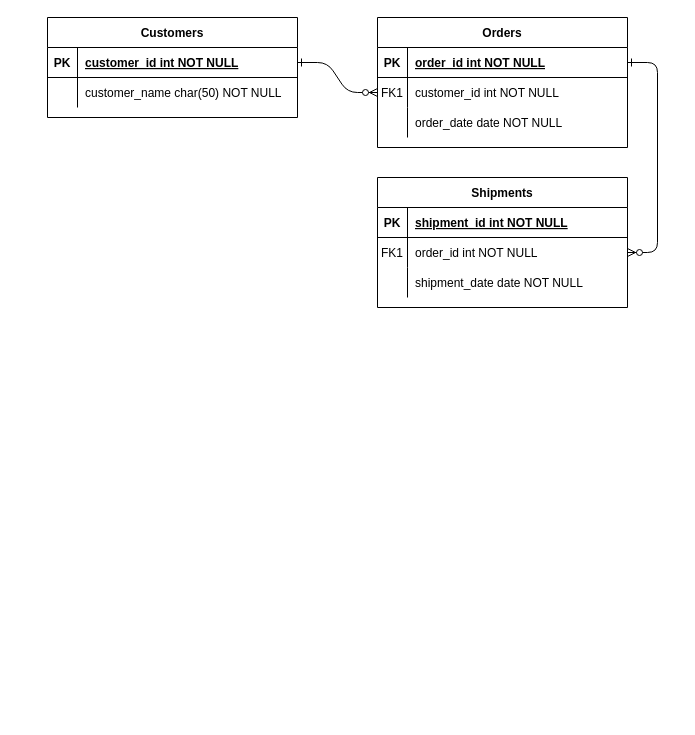
This is Database/ER Diagram.drawio from pemachozom/E-Pharmacy, a draw.io file, before an edit. Source tidied: cells renumbered, new cells numbered last; positions are measured from the earlier drawing's top-left corner, leaving out a move shared by most shapes. Both pictures are drawn from the tidied source at 100%, with x=0, y=0 at pixel (47, 17).
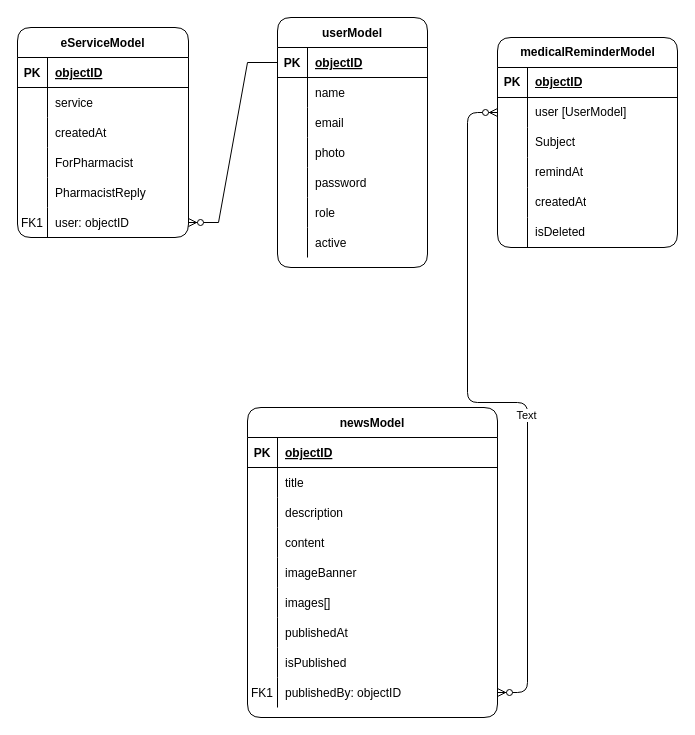
After the change.

The change refers to these unchanged cells:
```xml
<mxCell id="15" style="shape=partialRectangle;fillColor=none;top=0;left=0;right=0;bottom=1;" parent="14" vertex="1">
  <mxGeometry y="30" width="250" height="30" as="geometry" />
</mxCell>
<mxCell id="18" style="shape=partialRectangle;fillColor=none;points=[[0,0.5],[1,0.5]];portConstraint=eastwest;top=0;left=0;right=0;bottom=0;" parent="14" vertex="1">
  <mxGeometry y="60" width="250" height="30" as="geometry" />
</mxCell>
<mxCell id="21" style="shape=partialRectangle;fillColor=none;top=0;left=0;right=0;bottom=0;" parent="14" vertex="1">
  <mxGeometry y="90" width="250" height="30" as="geometry" />
</mxCell>
```

The edit, as a diff of the source:
```diff
@@
-    <mxCell id="2" style="edgeStyle=entityRelationEdgeStyle;endArrow=ERzeroToMany;startArrow=ERone;endFill=1;startFill=0;" parent="1" edge="1" source="25" target="8">
-      <mxGeometry relative="1" as="geometry" />
-    </mxCell>
-    <mxCell id="3" style="edgeStyle=entityRelationEdgeStyle;endArrow=ERzeroToMany;startArrow=ERone;endFill=1;startFill=0;" parent="1" edge="1" source="5" target="18">
-      <mxGeometry relative="1" as="geometry" />
-    </mxCell>
-    <mxCell id="4" value="Orders" style="shape=table;startSize=30;childLayout=tableLayout;rowLines=0;fontStyle=1;align=center;" parent="1" vertex="1">
-      <mxGeometry x="330" width="250" height="130" as="geometry" />
+    <mxCell id="4" value="userModel" style="shape=table;startSize=30;childLayout=tableLayout;rowLines=0;fontStyle=1;align=center;rounded=1;" parent="1" vertex="1">
+      <mxGeometry x="230" width="150" height="250" as="geometry" />
     </mxCell>
     <mxCell id="5" style="shape=partialRectangle;fillColor=none;points=[[0,0.5],[1,0.5]];portConstraint=eastwest;top=0;left=0;right=0;bottom=1;" parent="4" vertex="1">
-      <mxGeometry y="30" width="250" height="30" as="geometry" />
+      <mxGeometry y="30" width="150" height="30" as="geometry" />
     </mxCell>
@@
-    <mxCell id="7" value="order_id int NOT NULL " style="shape=partialRectangle;overflow=hidden;fillColor=none;top=0;left=0;bottom=0;right=0;align=left;spacingLeft=6;fontStyle=5;" parent="5" vertex="1">
-      <mxGeometry x="30" width="220" height="30" as="geometry" />
+    <mxCell id="7" value="objectID" style="shape=partialRectangle;overflow=hidden;fillColor=none;top=0;left=0;bottom=0;right=0;align=left;spacingLeft=6;fontStyle=5;" parent="5" vertex="1">
+      <mxGeometry x="30" width="120" height="30" as="geometry" />
     </mxCell>
     <mxCell id="8" style="shape=partialRectangle;fillColor=none;points=[[0,0.5],[1,0.5]];portConstraint=eastwest;top=0;left=0;right=0;bottom=0;" parent="4" vertex="1">
-      <mxGeometry y="60" width="250" height="30" as="geometry" />
+      <mxGeometry y="60" width="150" height="30" as="geometry" />
     </mxCell>
-    <mxCell id="9" value="FK1" style="shape=partialRectangle;overflow=hidden;fillColor=none;top=0;left=0;bottom=0;right=0;" parent="8" vertex="1">
+    <mxCell id="9" style="shape=partialRectangle;overflow=hidden;fillColor=none;top=0;left=0;bottom=0;right=0;" parent="8" vertex="1">
       <mxGeometry width="30" height="30" as="geometry" />
     </mxCell>
-    <mxCell id="10" value="customer_id int NOT NULL" style="shape=partialRectangle;overflow=hidden;fillColor=none;top=0;left=0;bottom=0;right=0;align=left;spacingLeft=6;" parent="8" vertex="1">
-      <mxGeometry x="30" width="220" height="30" as="geometry" />
+    <mxCell id="10" value="name" style="shape=partialRectangle;overflow=hidden;fillColor=none;top=0;left=0;bottom=0;right=0;align=left;spacingLeft=6;" parent="8" vertex="1">
+      <mxGeometry x="30" width="120" height="30" as="geometry" />
     </mxCell>
     <mxCell id="11" style="shape=partialRectangle;fillColor=none;top=0;left=0;right=0;bottom=0;" parent="4" vertex="1">
-      <mxGeometry y="90" width="250" height="30" as="geometry" />
+      <mxGeometry y="90" width="150" height="30" as="geometry" />
     </mxCell>
@@
-    <mxCell id="13" value="order_date date NOT NULL" style="shape=partialRectangle;overflow=hidden;fillColor=none;top=0;left=0;bottom=0;right=0;align=left;spacingLeft=6;" parent="11" vertex="1">
-      <mxGeometry x="30" width="220" height="30" as="geometry" />
+    <mxCell id="13" value="email" style="shape=partialRectangle;overflow=hidden;fillColor=none;top=0;left=0;bottom=0;right=0;align=left;spacingLeft=6;" parent="11" vertex="1">
+      <mxGeometry x="30" width="120" height="30" as="geometry" />
     </mxCell>
+    <mxCell id="31" style="shape=partialRectangle;fillColor=none;top=0;left=0;right=0;bottom=0;" parent="4" vertex="1">
+      <mxGeometry y="120" width="150" height="30" as="geometry" />
+    </mxCell>
+    <mxCell id="32" style="shape=partialRectangle;overflow=hidden;fillColor=none;top=0;left=0;bottom=0;right=0;" parent="31" vertex="1">
+      <mxGeometry width="30" height="30" as="geometry" />
+    </mxCell>
+    <mxCell id="33" value="photo" style="shape=partialRectangle;overflow=hidden;fillColor=none;top=0;left=0;bottom=0;right=0;align=left;spacingLeft=6;" parent="31" vertex="1">
+      <mxGeometry x="30" width="120" height="30" as="geometry" />
+    </mxCell>
+    <mxCell id="34" style="shape=partialRectangle;fillColor=none;top=0;left=0;right=0;bottom=0;" parent="4" vertex="1">
+      <mxGeometry y="150" width="150" height="30" as="geometry" />
+    </mxCell>
+    <mxCell id="35" style="shape=partialRectangle;overflow=hidden;fillColor=none;top=0;left=0;bottom=0;right=0;" parent="34" vertex="1">
+      <mxGeometry width="30" height="30" as="geometry" />
+    </mxCell>
+    <mxCell id="36" value="password" style="shape=partialRectangle;overflow=hidden;fillColor=none;top=0;left=0;bottom=0;right=0;align=left;spacingLeft=6;" parent="34" vertex="1">
+      <mxGeometry x="30" width="120" height="30" as="geometry" />
+    </mxCell>
+    <mxCell id="37" style="shape=partialRectangle;fillColor=none;top=0;left=0;right=0;bottom=0;" parent="4" vertex="1">
+      <mxGeometry y="180" width="150" height="30" as="geometry" />
+    </mxCell>
+    <mxCell id="38" style="shape=partialRectangle;overflow=hidden;fillColor=none;top=0;left=0;bottom=0;right=0;" parent="37" vertex="1">
+      <mxGeometry width="30" height="30" as="geometry" />
+    </mxCell>
+    <mxCell id="39" value="role" style="shape=partialRectangle;overflow=hidden;fillColor=none;top=0;left=0;bottom=0;right=0;align=left;spacingLeft=6;" parent="37" vertex="1">
+      <mxGeometry x="30" width="120" height="30" as="geometry" />
+    </mxCell>
+    <mxCell id="40" style="shape=partialRectangle;fillColor=none;top=0;left=0;right=0;bottom=0;" parent="4" vertex="1">
+      <mxGeometry y="210" width="150" height="30" as="geometry" />
+    </mxCell>
+    <mxCell id="41" style="shape=partialRectangle;overflow=hidden;fillColor=none;top=0;left=0;bottom=0;right=0;" parent="40" vertex="1">
+      <mxGeometry width="30" height="30" as="geometry" />
+    </mxCell>
+    <mxCell id="42" value="active    " style="shape=partialRectangle;overflow=hidden;fillColor=none;top=0;left=0;bottom=0;right=0;align=left;spacingLeft=6;" parent="40" vertex="1">
+      <mxGeometry x="30" width="120" height="30" as="geometry" />
+    </mxCell>
-    <mxCell id="14" value="Shipments" style="shape=table;startSize=30;childLayout=tableLayout;rowLines=0;fontStyle=1;align=center;" parent="1" vertex="1">
-      <mxGeometry x="330" y="160" width="250" height="130" as="geometry" />
+    <mxCell id="14" value="newsModel" style="shape=table;startSize=30;childLayout=tableLayout;rowLines=0;fontStyle=1;align=center;rounded=1;" parent="1" vertex="1">
+      <mxGeometry x="200" y="390" width="250" height="310" as="geometry" />
     </mxCell>
@@
-    <mxCell id="17" value="shipment_id int NOT NULL " style="shape=partialRectangle;overflow=hidden;fillColor=none;top=0;left=0;bottom=0;right=0;align=left;spacingLeft=6;fontStyle=5;" parent="15" vertex="1">
+    <mxCell id="17" value="objectID" style="shape=partialRectangle;overflow=hidden;fillColor=none;top=0;left=0;bottom=0;right=0;align=left;spacingLeft=6;fontStyle=5;" parent="15" vertex="1">
       <mxGeometry x="30" width="220" height="30" as="geometry" />
     </mxCell>
@@
-    <mxCell id="19" value="FK1" style="shape=partialRectangle;overflow=hidden;fillColor=none;top=0;left=0;bottom=0;right=0;" parent="18" vertex="1">
+    <mxCell id="19" style="shape=partialRectangle;overflow=hidden;fillColor=none;top=0;left=0;bottom=0;right=0;" parent="18" vertex="1">
       <mxGeometry width="30" height="30" as="geometry" />
     </mxCell>
-    <mxCell id="20" value="order_id int NOT NULL" style="shape=partialRectangle;overflow=hidden;fillColor=none;top=0;left=0;bottom=0;right=0;align=left;spacingLeft=6;" parent="18" vertex="1">
+    <mxCell id="20" value="title" style="shape=partialRectangle;overflow=hidden;fillColor=none;top=0;left=0;bottom=0;right=0;align=left;spacingLeft=6;" parent="18" vertex="1">
       <mxGeometry x="30" width="220" height="30" as="geometry" />
     </mxCell>
@@
-    <mxCell id="23" value="shipment_date date NOT NULL" style="shape=partialRectangle;overflow=hidden;fillColor=none;top=0;left=0;bottom=0;right=0;align=left;spacingLeft=6;" parent="21" vertex="1">
+    <mxCell id="23" value="description" style="shape=partialRectangle;overflow=hidden;fillColor=none;top=0;left=0;bottom=0;right=0;align=left;spacingLeft=6;" parent="21" vertex="1">
       <mxGeometry x="30" width="220" height="30" as="geometry" />
     </mxCell>
+    <mxCell id="43" style="shape=partialRectangle;fillColor=none;top=0;left=0;right=0;bottom=0;" parent="14" vertex="1">
+      <mxGeometry y="120" width="250" height="30" as="geometry" />
+    </mxCell>
+    <mxCell id="44" style="shape=partialRectangle;overflow=hidden;fillColor=none;top=0;left=0;bottom=0;right=0;" parent="43" vertex="1">
+      <mxGeometry width="30" height="30" as="geometry" />
+    </mxCell>
+    <mxCell id="45" value="content" style="shape=partialRectangle;overflow=hidden;fillColor=none;top=0;left=0;bottom=0;right=0;align=left;spacingLeft=6;" parent="43" vertex="1">
+      <mxGeometry x="30" width="220" height="30" as="geometry" />
+    </mxCell>
+    <mxCell id="46" style="shape=partialRectangle;fillColor=none;top=0;left=0;right=0;bottom=0;" parent="14" vertex="1">
+      <mxGeometry y="150" width="250" height="30" as="geometry" />
+    </mxCell>
+    <mxCell id="47" style="shape=partialRectangle;overflow=hidden;fillColor=none;top=0;left=0;bottom=0;right=0;" parent="46" vertex="1">
+      <mxGeometry width="30" height="30" as="geometry" />
+    </mxCell>
+    <mxCell id="48" value="imageBanner" style="shape=partialRectangle;overflow=hidden;fillColor=none;top=0;left=0;bottom=0;right=0;align=left;spacingLeft=6;" parent="46" vertex="1">
+      <mxGeometry x="30" width="220" height="30" as="geometry" />
+    </mxCell>
+    <mxCell id="49" style="shape=partialRectangle;fillColor=none;top=0;left=0;right=0;bottom=0;" parent="14" vertex="1">
+      <mxGeometry y="180" width="250" height="30" as="geometry" />
+    </mxCell>
+    <mxCell id="50" style="shape=partialRectangle;overflow=hidden;fillColor=none;top=0;left=0;bottom=0;right=0;" parent="49" vertex="1">
+      <mxGeometry width="30" height="30" as="geometry" />
+    </mxCell>
+    <mxCell id="51" value="images[]" style="shape=partialRectangle;overflow=hidden;fillColor=none;top=0;left=0;bottom=0;right=0;align=left;spacingLeft=6;" parent="49" vertex="1">
+      <mxGeometry x="30" width="220" height="30" as="geometry" />
+    </mxCell>
+    <mxCell id="52" style="shape=partialRectangle;fillColor=none;top=0;left=0;right=0;bottom=0;" parent="14" vertex="1">
+      <mxGeometry y="210" width="250" height="30" as="geometry" />
+    </mxCell>
+    <mxCell id="53" style="shape=partialRectangle;overflow=hidden;fillColor=none;top=0;left=0;bottom=0;right=0;" parent="52" vertex="1">
+      <mxGeometry width="30" height="30" as="geometry" />
+    </mxCell>
+    <mxCell id="54" value="publishedAt" style="shape=partialRectangle;overflow=hidden;fillColor=none;top=0;left=0;bottom=0;right=0;align=left;spacingLeft=6;" parent="52" vertex="1">
+      <mxGeometry x="30" width="220" height="30" as="geometry" />
+    </mxCell>
+    <mxCell id="55" style="shape=partialRectangle;fillColor=none;top=0;left=0;right=0;bottom=0;" parent="14" vertex="1">
+      <mxGeometry y="240" width="250" height="30" as="geometry" />
+    </mxCell>
+    <mxCell id="56" style="shape=partialRectangle;overflow=hidden;fillColor=none;top=0;left=0;bottom=0;right=0;" parent="55" vertex="1">
+      <mxGeometry width="30" height="30" as="geometry" />
+    </mxCell>
+    <mxCell id="57" value="isPublished" style="shape=partialRectangle;overflow=hidden;fillColor=none;top=0;left=0;bottom=0;right=0;align=left;spacingLeft=6;" parent="55" vertex="1">
+      <mxGeometry x="30" width="220" height="30" as="geometry" />
+    </mxCell>
+    <mxCell id="58" style="shape=partialRectangle;fillColor=none;points=[[0,0.5],[1,0.5]];portConstraint=eastwest;top=0;left=0;right=0;bottom=0;" parent="14" vertex="1">
+      <mxGeometry y="270" width="250" height="30" as="geometry" />
+    </mxCell>
+    <mxCell id="59" value="FK1" style="shape=partialRectangle;overflow=hidden;fillColor=none;top=0;left=0;bottom=0;right=0;" parent="58" vertex="1">
+      <mxGeometry width="30" height="30" as="geometry" />
+    </mxCell>
+    <mxCell id="60" value="publishedBy: objectID" style="shape=partialRectangle;overflow=hidden;fillColor=none;top=0;left=0;bottom=0;right=0;align=left;spacingLeft=6;" parent="58" vertex="1">
+      <mxGeometry x="30" width="220" height="30" as="geometry" />
+    </mxCell>
-    <mxCell id="24" value="Customers" style="shape=table;startSize=30;childLayout=tableLayout;rowLines=0;fontStyle=1;align=center;" parent="1" vertex="1">
-      <mxGeometry width="250" height="100" as="geometry" />
+    <mxCell id="24" value="eServiceModel" style="shape=table;startSize=30;childLayout=tableLayout;rowLines=0;fontStyle=1;align=center;rounded=1;" parent="1" vertex="1">
+      <mxGeometry x="-30" y="10" width="171" height="210" as="geometry" />
     </mxCell>
     <mxCell id="25" style="shape=partialRectangle;fillColor=none;points=[[0,0.5],[1,0.5]];portConstraint=eastwest;top=0;left=0;right=0;bottom=1;" parent="24" vertex="1">
-      <mxGeometry y="30" width="250" height="30" as="geometry" />
+      <mxGeometry y="30" width="171" height="30" as="geometry" />
     </mxCell>
@@
-    <mxCell id="27" value="customer_id int NOT NULL " style="shape=partialRectangle;overflow=hidden;fillColor=none;top=0;left=0;bottom=0;right=0;align=left;spacingLeft=6;fontStyle=5;" parent="25" vertex="1">
-      <mxGeometry x="30" width="220" height="30" as="geometry" />
+    <mxCell id="27" value="objectID" style="shape=partialRectangle;overflow=hidden;fillColor=none;top=0;left=0;bottom=0;right=0;align=left;spacingLeft=6;fontStyle=5;" parent="25" vertex="1">
+      <mxGeometry x="30" width="141" height="30" as="geometry" />
     </mxCell>
     <mxCell id="28" style="shape=partialRectangle;fillColor=none;top=0;left=0;right=0;bottom=0;" parent="24" vertex="1">
-      <mxGeometry y="60" width="250" height="30" as="geometry" />
+      <mxGeometry y="60" width="171" height="30" as="geometry" />
     </mxCell>
@@
-    <mxCell id="30" value="customer_name char(50) NOT NULL" style="shape=partialRectangle;overflow=hidden;fillColor=none;top=0;left=0;bottom=0;right=0;align=left;spacingLeft=6;" parent="28" vertex="1">
-      <mxGeometry x="30" width="220" height="30" as="geometry" />
+    <mxCell id="30" value="service" style="shape=partialRectangle;overflow=hidden;fillColor=none;top=0;left=0;bottom=0;right=0;align=left;spacingLeft=6;" parent="28" vertex="1">
+      <mxGeometry x="30" width="141" height="30" as="geometry" />
     </mxCell>
+    <mxCell id="61" style="shape=partialRectangle;fillColor=none;top=0;left=0;right=0;bottom=0;" parent="24" vertex="1">
+      <mxGeometry y="90" width="171" height="30" as="geometry" />
+    </mxCell>
+    <mxCell id="62" style="shape=partialRectangle;overflow=hidden;fillColor=none;top=0;left=0;bottom=0;right=0;" parent="61" vertex="1">
+      <mxGeometry width="30" height="30" as="geometry" />
+    </mxCell>
+    <mxCell id="63" value="createdAt" style="shape=partialRectangle;overflow=hidden;fillColor=none;top=0;left=0;bottom=0;right=0;align=left;spacingLeft=6;" parent="61" vertex="1">
+      <mxGeometry x="30" width="141" height="30" as="geometry" />
+    </mxCell>
+    <mxCell id="64" style="shape=partialRectangle;fillColor=none;top=0;left=0;right=0;bottom=0;" parent="24" vertex="1">
+      <mxGeometry y="120" width="171" height="30" as="geometry" />
+    </mxCell>
+    <mxCell id="65" style="shape=partialRectangle;overflow=hidden;fillColor=none;top=0;left=0;bottom=0;right=0;" parent="64" vertex="1">
+      <mxGeometry width="30" height="30" as="geometry" />
+    </mxCell>
+    <mxCell id="66" value="ForPharmacist" style="shape=partialRectangle;overflow=hidden;fillColor=none;top=0;left=0;bottom=0;right=0;align=left;spacingLeft=6;" parent="64" vertex="1">
+      <mxGeometry x="30" width="141" height="30" as="geometry" />
+    </mxCell>
+    <mxCell id="67" style="shape=partialRectangle;fillColor=none;top=0;left=0;right=0;bottom=0;" parent="24" vertex="1">
+      <mxGeometry y="150" width="171" height="30" as="geometry" />
+    </mxCell>
+    <mxCell id="68" style="shape=partialRectangle;overflow=hidden;fillColor=none;top=0;left=0;bottom=0;right=0;" parent="67" vertex="1">
+      <mxGeometry width="30" height="30" as="geometry" />
+    </mxCell>
+    <mxCell id="69" value="PharmacistReply" style="shape=partialRectangle;overflow=hidden;fillColor=none;top=0;left=0;bottom=0;right=0;align=left;spacingLeft=6;" parent="67" vertex="1">
+      <mxGeometry x="30" width="141" height="30" as="geometry" />
+    </mxCell>
+    <mxCell id="70" style="shape=partialRectangle;fillColor=none;points=[[0,0.5],[1,0.5]];portConstraint=eastwest;top=0;left=0;right=0;bottom=0;" parent="24" vertex="1">
+      <mxGeometry y="180" width="171" height="30" as="geometry" />
+    </mxCell>
+    <mxCell id="71" value="FK1" style="shape=partialRectangle;overflow=hidden;fillColor=none;top=0;left=0;bottom=0;right=0;" parent="70" vertex="1">
+      <mxGeometry width="30" height="30" as="geometry" />
+    </mxCell>
+    <mxCell id="72" value="user: objectID" style="shape=partialRectangle;overflow=hidden;fillColor=none;top=0;left=0;bottom=0;right=0;align=left;spacingLeft=6;" parent="70" vertex="1">
+      <mxGeometry x="30" width="141" height="30" as="geometry" />
+    </mxCell>
+    <mxCell id="73" value="medicalReminderModel" style="shape=table;startSize=30;childLayout=tableLayout;rowLines=0;fontStyle=1;align=center;html=1;rounded=1;" parent="1" vertex="1">
+      <mxGeometry x="450" y="20" width="180" height="210" as="geometry" />
+    </mxCell>
+    <mxCell id="74" style="shape=tableRow;horizontal=0;startSize=0;swimlaneHead=0;swimlaneBody=0;fillColor=none;top=0;left=0;right=0;bottom=1;" parent="73" vertex="1">
+      <mxGeometry y="30" width="180" height="30" as="geometry" />
+    </mxCell>
+    <mxCell id="75" value="PK" style="shape=partialRectangle;fillColor=none;top=0;left=0;bottom=0;right=0;fontStyle=1;overflow=hidden;whiteSpace=wrap;html=1;" parent="74" vertex="1">
+      <mxGeometry width="30" height="30" as="geometry" />
+    </mxCell>
+    <mxCell id="76" value="objectID" style="shape=partialRectangle;fillColor=none;top=0;left=0;bottom=0;right=0;align=left;spacingLeft=6;fontStyle=5;overflow=hidden;whiteSpace=wrap;html=1;" parent="74" vertex="1">
+      <mxGeometry x="30" width="150" height="30" as="geometry" />
+    </mxCell>
+    <mxCell id="77" style="shape=tableRow;horizontal=0;startSize=0;swimlaneHead=0;swimlaneBody=0;fillColor=none;top=0;left=0;right=0;bottom=0;" parent="73" vertex="1">
+      <mxGeometry y="60" width="180" height="30" as="geometry" />
+    </mxCell>
+    <mxCell id="78" style="shape=partialRectangle;fillColor=none;top=0;left=0;bottom=0;right=0;overflow=hidden;whiteSpace=wrap;html=1;" parent="77" vertex="1">
+      <mxGeometry width="30" height="30" as="geometry" />
+    </mxCell>
+    <mxCell id="79" value="user [UserModel]" style="shape=partialRectangle;fillColor=none;top=0;left=0;bottom=0;right=0;align=left;spacingLeft=6;overflow=hidden;whiteSpace=wrap;html=1;" parent="77" vertex="1">
+      <mxGeometry x="30" width="150" height="30" as="geometry" />
+    </mxCell>
+    <mxCell id="80" style="shape=tableRow;horizontal=0;startSize=0;swimlaneHead=0;swimlaneBody=0;fillColor=none;top=0;left=0;right=0;bottom=0;" parent="73" vertex="1">
+      <mxGeometry y="90" width="180" height="30" as="geometry" />
+    </mxCell>
+    <mxCell id="81" style="shape=partialRectangle;fillColor=none;top=0;left=0;bottom=0;right=0;overflow=hidden;whiteSpace=wrap;html=1;" parent="80" vertex="1">
+      <mxGeometry width="30" height="30" as="geometry" />
+    </mxCell>
+    <mxCell id="82" value="Subject" style="shape=partialRectangle;fillColor=none;top=0;left=0;bottom=0;right=0;align=left;spacingLeft=6;overflow=hidden;whiteSpace=wrap;html=1;" parent="80" vertex="1">
+      <mxGeometry x="30" width="150" height="30" as="geometry" />
+    </mxCell>
+    <mxCell id="83" style="shape=tableRow;horizontal=0;startSize=0;swimlaneHead=0;swimlaneBody=0;fillColor=none;top=0;left=0;right=0;bottom=0;" parent="73" vertex="1">
+      <mxGeometry y="120" width="180" height="30" as="geometry" />
+    </mxCell>
+    <mxCell id="84" style="shape=partialRectangle;fillColor=none;top=0;left=0;bottom=0;right=0;overflow=hidden;whiteSpace=wrap;html=1;" parent="83" vertex="1">
+      <mxGeometry width="30" height="30" as="geometry" />
+    </mxCell>
+    <mxCell id="85" value="remindAt" style="shape=partialRectangle;fillColor=none;top=0;left=0;bottom=0;right=0;align=left;spacingLeft=6;overflow=hidden;whiteSpace=wrap;html=1;" parent="83" vertex="1">
+      <mxGeometry x="30" width="150" height="30" as="geometry" />
+    </mxCell>
+    <mxCell id="86" style="shape=tableRow;horizontal=0;startSize=0;swimlaneHead=0;swimlaneBody=0;fillColor=none;top=0;left=0;right=0;bottom=0;" parent="73" vertex="1">
+      <mxGeometry y="150" width="180" height="30" as="geometry" />
+    </mxCell>
+    <mxCell id="87" style="shape=partialRectangle;fillColor=none;top=0;left=0;bottom=0;right=0;overflow=hidden;whiteSpace=wrap;html=1;" parent="86" vertex="1">
+      <mxGeometry width="30" height="30" as="geometry" />
+    </mxCell>
+    <mxCell id="88" value="createdAt" style="shape=partialRectangle;fillColor=none;top=0;left=0;bottom=0;right=0;align=left;spacingLeft=6;overflow=hidden;whiteSpace=wrap;html=1;" parent="86" vertex="1">
+      <mxGeometry x="30" width="150" height="30" as="geometry" />
+    </mxCell>
+    <mxCell id="89" style="shape=tableRow;horizontal=0;startSize=0;swimlaneHead=0;swimlaneBody=0;fillColor=none;top=0;left=0;right=0;bottom=0;" parent="73" vertex="1">
+      <mxGeometry y="180" width="180" height="30" as="geometry" />
+    </mxCell>
+    <mxCell id="90" style="shape=partialRectangle;fillColor=none;top=0;left=0;bottom=0;right=0;overflow=hidden;whiteSpace=wrap;html=1;" parent="89" vertex="1">
+      <mxGeometry width="30" height="30" as="geometry" />
+    </mxCell>
+    <mxCell id="91" value="isDeleted" style="shape=partialRectangle;fillColor=none;top=0;left=0;bottom=0;right=0;align=left;spacingLeft=6;overflow=hidden;whiteSpace=wrap;html=1;" parent="89" vertex="1">
+      <mxGeometry x="30" width="150" height="30" as="geometry" />
+    </mxCell>
+    <mxCell id="92" style="edgeStyle=entityRelationEdgeStyle;fontSize=12;html=1;endArrow=ERzeroToMany;endFill=1;rounded=0;entryX=1;entryY=0.5;entryDx=0;entryDy=0;exitX=0;exitY=0.5;exitDx=0;exitDy=0;" parent="1" edge="1" source="5" target="70">
+      <mxGeometry relative="1" as="geometry" />
+    </mxCell>
+    <mxCell id="93" style="edgeStyle=entityRelationEdgeStyle;fontSize=12;html=1;endArrow=ERzeroToMany;endFill=1;startArrow=ERzeroToMany;rounded=1;" parent="1" edge="1" source="58">
+      <mxGeometry relative="1" as="geometry">
+        <mxPoint x="450" y="95" as="targetPoint" />
+      </mxGeometry>
+    </mxCell>
+    <mxCell id="94" value="Text" style="edgeLabel;html=1;align=center;verticalAlign=middle;" parent="93" vertex="1">
+      <mxGeometry x="-0.12" y="2" relative="1" as="geometry" />
+    </mxCell>
```
